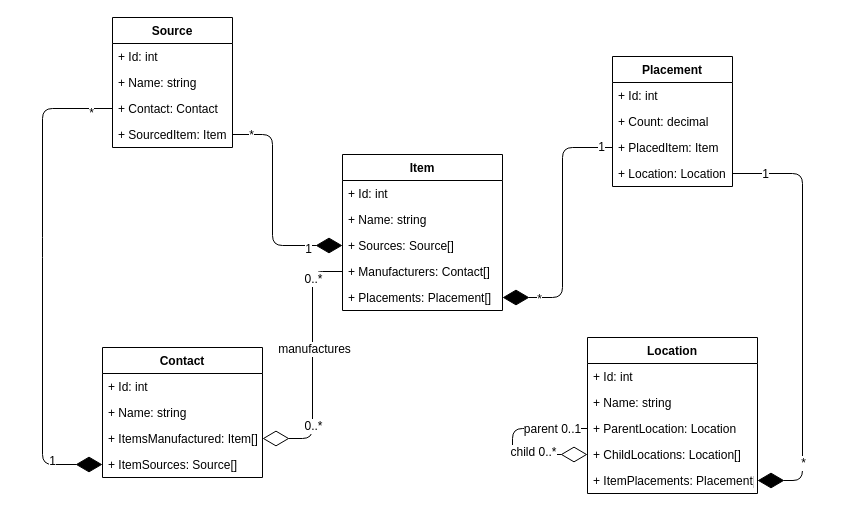
This is DataClasses.drawio from Technus/ItemDB, a draw.io file, before an edit. Source tidied: cells renumbered, new cells numbered last; positions are measured from the earlier drawing's top-left corner, leaving out a move shared by most shapes. Both pictures are drawn from the tidied source at 100%, with x=0, y=0 at pixel (42, 17).
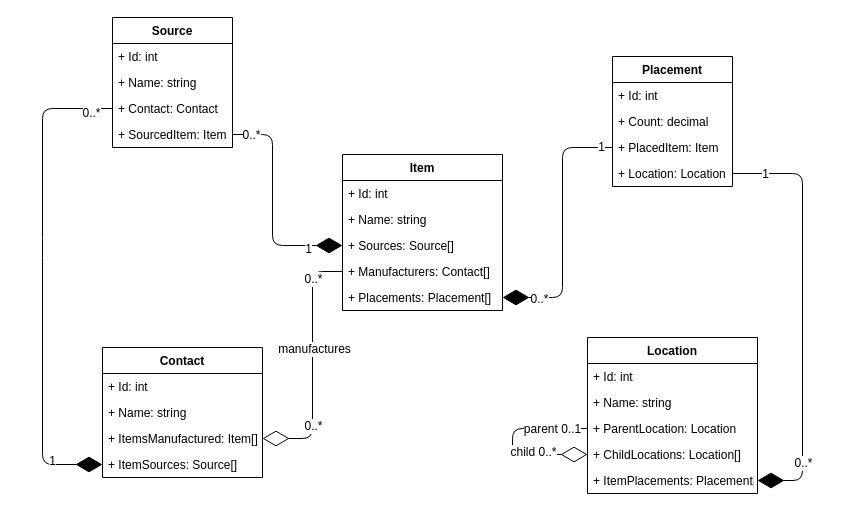
Above is the later version.

Unchanged cells that the change refers to:
```xml
<mxCell id="32" style="endArrow=diamondThin;endFill=1;endSize=24;html=1;entryX=1;entryY=0.5;entryDx=0;entryDy=0;exitX=0;exitY=0.5;exitDx=0;exitDy=0;" parent="1" edge="1" source="25" target="12">
  <mxGeometry relative="1" as="geometry">
    <Array as="points">
      <mxPoint x="520" y="130" />
      <mxPoint x="520" y="280" />
    </Array>
  </mxGeometry>
</mxCell>
<mxCell id="39" style="endArrow=diamondThin;endFill=1;endSize=24;html=1;entryX=0;entryY=0.5;entryDx=0;entryDy=0;exitX=0;exitY=0.5;exitDx=0;exitDy=0;" parent="1" edge="1" source="30" target="6">
  <mxGeometry relative="1" as="geometry">
    <Array as="points">
      <mxPoint y="91" />
      <mxPoint y="230" />
      <mxPoint y="447" />
    </Array>
  </mxGeometry>
</mxCell>
<mxCell id="42" style="endArrow=diamondThin;endFill=1;endSize=24;html=1;entryX=0;entryY=0.5;entryDx=0;entryDy=0;exitX=1;exitY=0.5;exitDx=0;exitDy=0;" parent="1" edge="1" source="31" target="10">
  <mxGeometry relative="1" as="geometry">
    <Array as="points">
      <mxPoint x="230" y="117" />
      <mxPoint x="230" y="228" />
    </Array>
  </mxGeometry>
</mxCell>
<mxCell id="45" style="endArrow=diamondThin;endFill=1;endSize=24;html=1;entryX=1;entryY=0.5;entryDx=0;entryDy=0;exitX=1;exitY=0.5;exitDx=0;exitDy=0;" parent="1" edge="1" source="26" target="18">
  <mxGeometry relative="1" as="geometry">
    <Array as="points">
      <mxPoint x="760" y="156" />
      <mxPoint x="760" y="463" />
    </Array>
  </mxGeometry>
</mxCell>
```

What changed in the source:
```diff
@@
-    <mxCell id="34" value="*" style="text;html=1;align=center;verticalAlign=middle;labelBackgroundColor=#ffffff;" parent="32" vertex="1">
+    <mxCell id="34" value="0..*" style="text;html=1;align=center;verticalAlign=middle;labelBackgroundColor=#ffffff;" parent="32" vertex="1">
       <mxGeometry x="0.72" y="1" relative="1" as="geometry" />
     </mxCell>
@@
-    <mxCell id="40" value="*" style="text;html=1;align=center;verticalAlign=middle;labelBackgroundColor=#ffffff;" parent="39" vertex="1">
+    <mxCell id="40" value="0..*" style="text;html=1;align=center;verticalAlign=middle;labelBackgroundColor=#ffffff;" parent="39" vertex="1">
       <mxGeometry x="-0.91" y="4" relative="1" as="geometry" />
     </mxCell>
@@
-    <mxCell id="43" value="*" style="text;html=1;align=center;verticalAlign=middle;labelBackgroundColor=#ffffff;" parent="42" vertex="1">
+    <mxCell id="43" value="0..*" style="text;html=1;align=center;verticalAlign=middle;labelBackgroundColor=#ffffff;" parent="42" vertex="1">
       <mxGeometry x="-0.84" relative="1" as="geometry" />
     </mxCell>
@@
-    <mxCell id="47" value="*" style="text;html=1;align=center;verticalAlign=middle;labelBackgroundColor=#ffffff;" parent="45" vertex="1">
+    <mxCell id="47" value="0..*" style="text;html=1;align=center;verticalAlign=middle;labelBackgroundColor=#ffffff;" parent="45" vertex="1">
       <mxGeometry x="0.43" y="-2" relative="1" as="geometry">
         <mxPoint x="2" y="57.5" as="offset" />
       </mxGeometry>
     </mxCell>
```
